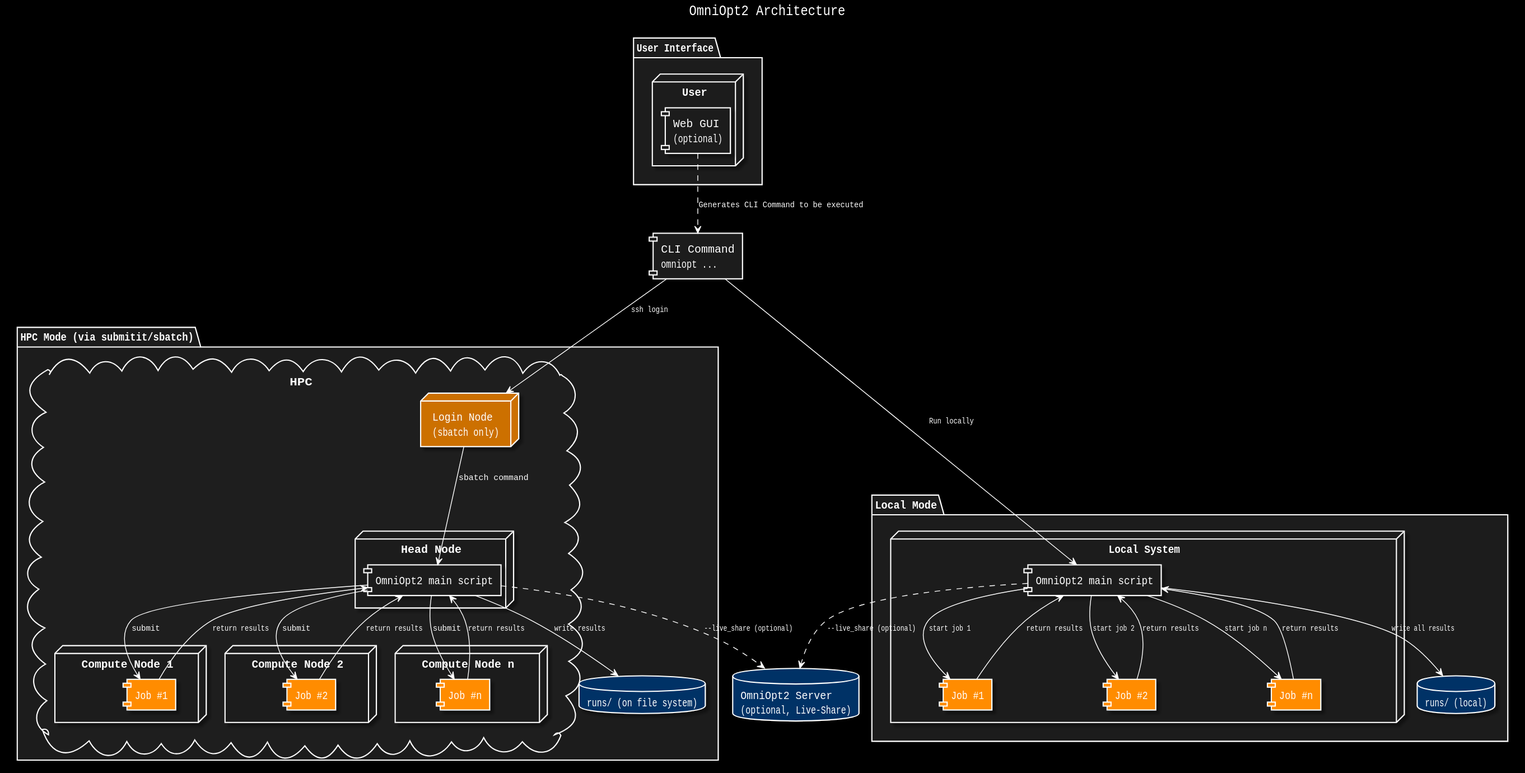
The PlantUML diagram .gui/documentation/output_dark/architecture.svg in NormanTUD/OmniOpt, before a commit.
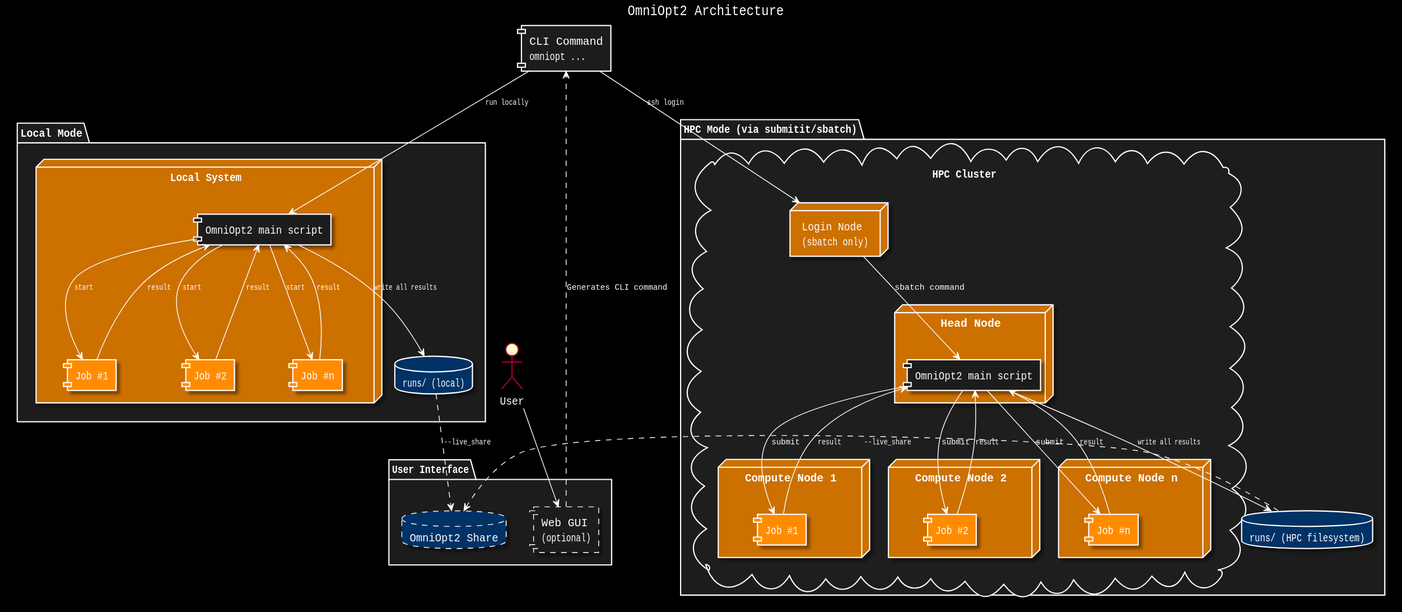
The same file after the commit.

Change to the diagram source:
```diff
@@ -1,8 +1,9 @@
 @startuml
+
+actor User
 
   skinparam backgroundColor #000000
   skinparam defaultFontColor #ffffff
-  skinparam titleFontColor #ffffff
   skinparam componentFontColor #ffffff
   skinparam nodeFontColor #ffffff
   skinparam databaseFontColor #ffffff
@@ -10,7 +11,7 @@
   skinparam ArrowFontColor #ffffff
 
   skinparam componentBackgroundColor #1e1e1e
-  skinparam nodeBackgroundColor #CC7000   ' dunkles Orange/Braun
+  skinparam nodeBackgroundColor #CC7000
   skinparam databaseBackgroundColor #003366
   skinparam packageBackgroundColor #1e1e1e
   skinparam cloudBackgroundColor #1e1e1e
@@ -22,8 +23,6 @@
   skinparam cloudBorderColor #ffffff
   skinparam rectangleBorderColor #ffffff
 
-  skinparam componentBackgroundColor #1e1e1e
-
 skinparam componentStyle rectangle
 skinparam defaultFontName Monospace
 skinparam ArrowFontSize 11
@@ -31,80 +30,74 @@
 title OmniOpt2 Architecture
 
 package "User Interface" {
-  node "User" {
-    component "Web GUI\n(optional)" as GUI
-  }
+  component "Web GUI\n(optional)" as GUI #line.dashed
+  database "OmniOpt2 Share" as Share #line.dashed
 }
 
 component "CLI Command\nomniopt ..." as CLI
 
+GUI ..> CLI : Generates CLI command
+User --> GUI
 
-  GUI ..> CLI : Generates CLI Command to be executed
+package "Local Mode" {
+  database "runs/ (local)" as LocalRuns
 
-  database "OmniOpt2 Server\n(optional, Live-Share)" as OmniOpt2Server
+  node "Local System" {
+    component "OmniOpt2 main script" as LocalCore
 
-  package "Local Mode" {
-          database "runs/ (local)" as LocalRuns
-
-          node "Local System" {
-                  component "OmniOpt2 main script" as LocalCore
-
-                    component "Job #1" as LocalJobs1 #FF8C00
-                    component "Job #2" as LocalJobs2 #FF8C00
-                    component "Job #n" as LocalJobsN #FF8C00
-          }
-
-          CLI --> LocalCore : Run locally
-
-                  LocalCore --> LocalJobs1 : start job 1
-                  LocalJobs1 --> LocalCore : return results
-
-                  LocalCore --> LocalJobs2 : start job 2
-                  LocalJobs2 --> LocalCore : return results
-
-                  LocalCore --> LocalJobsN : start job n
-                  LocalJobsN --> LocalCore : return results
-
-                  LocalCore --> LocalRuns : write all results
-
-                  LocalCore ..> OmniOpt2Server : --live_share (optional)
+    component "Job #1" as LocalJob1 #FF8C00
+    component "Job #2" as LocalJob2 #FF8C00
+    component "Job #n" as LocalJobN #FF8C00
   }
 
-  package "HPC Mode (via submitit/sbatch)" {
+  CLI --> LocalCore : run locally
 
-    cloud "HPC" {
+  LocalCore --> LocalJob1 : start
+  LocalJob1 --> LocalCore : result
 
-        node "Login Node\n(sbatch only)" as LoginNode #CC7000
-        node "Head Node" {
-          component "OmniOpt2 main script" as HPCMaster
-        }
-        node "Compute Node 1" {
-          component "Job #1" as Job1 #FF8C00
-        }
-        node "Compute Node 2" {
-          component "Job #2" as Job2 #FF8C00
-        }
-        node "Compute Node n" {
-          component "Job #n" as Job3 #FF8C00
-        }
+  LocalCore --> LocalJob2 : start
+  LocalJob2 --> LocalCore : result
 
+  LocalCore --> LocalJobN : start
+  LocalJobN --> LocalCore : result
+
+  LocalCore --> LocalRuns : write all results
+  LocalRuns ..> Share : --live_share
+}
+
+package "HPC Mode (via submitit/sbatch)" {
+  cloud "HPC Cluster" {
+
+    node "Login Node\n(sbatch only)" as LoginNode
+    node "Head Node" {
+      component "OmniOpt2 main script" as HPCMaster
     }
-
-    database "runs/ (on file system)" as HPCRuns
-
-    CLI --> LoginNode : ssh login
-    LoginNode --> HPCMaster : sbatch command
-
-    HPCMaster --> Job1 : submit
-    HPCMaster --> Job2 : submit
-    HPCMaster --> Job3 : submit
-
-    Job1 -down-> HPCMaster : return results
-    Job2 -down-> HPCMaster : return results
-    Job3 -down-> HPCMaster : return results
-
-    HPCMaster --> HPCRuns : write results
-    HPCMaster ..> OmniOpt2Server : --live_share (optional)
+    node "Compute Node 1" {
+      component "Job #1" as HPCJob1 #FF8C00
+    }
+    node "Compute Node 2" {
+      component "Job #2" as HPCJob2 #FF8C00
+    }
+    node "Compute Node n" {
+      component "Job #n" as HPCJobN #FF8C00
+    }
   }
 
+  database "runs/ (HPC filesystem)" as HPCRuns
+
+  CLI --> LoginNode : ssh login
+  LoginNode --> HPCMaster : sbatch command
+
+  HPCMaster --> HPCJob1 : submit
+  HPCMaster --> HPCJob2 : submit
+  HPCMaster --> HPCJobN : submit
+
+  HPCJob1 --> HPCMaster : result
+  HPCJob2 --> HPCMaster : result
+  HPCJobN --> HPCMaster : result
+
+  HPCMaster --> HPCRuns : write all results
+  HPCRuns ..> Share : --live_share
+}
+
 @enduml
```
